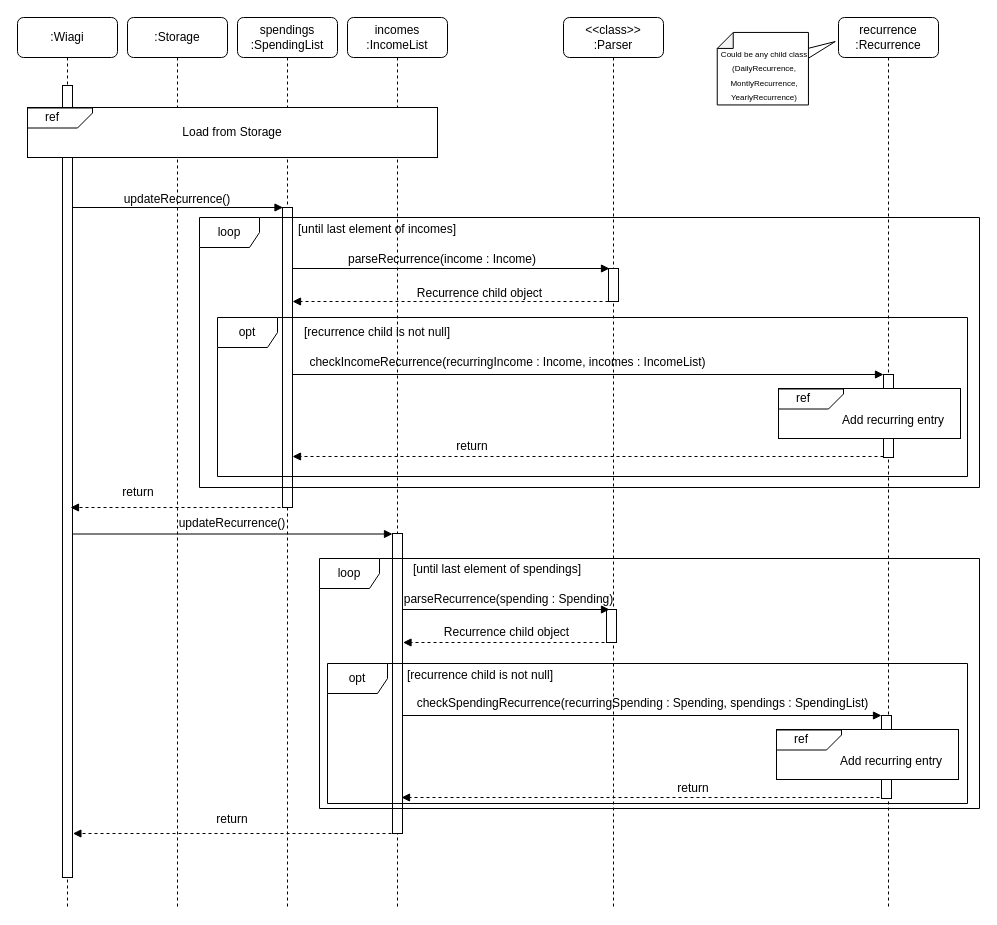
This is docs/Diagrams/recurrenceSequenceDiagram.drawio from wongwh2002/CS2113TeamProject, a draw.io file, before an edit. Source tidied: cells renumbered, new cells numbered last; positions are measured from the earlier drawing's top-left corner, leaving out a move shared by most shapes. Both pictures are drawn from the tidied source at 100%, with x=0, y=0 at pixel (17, 13).
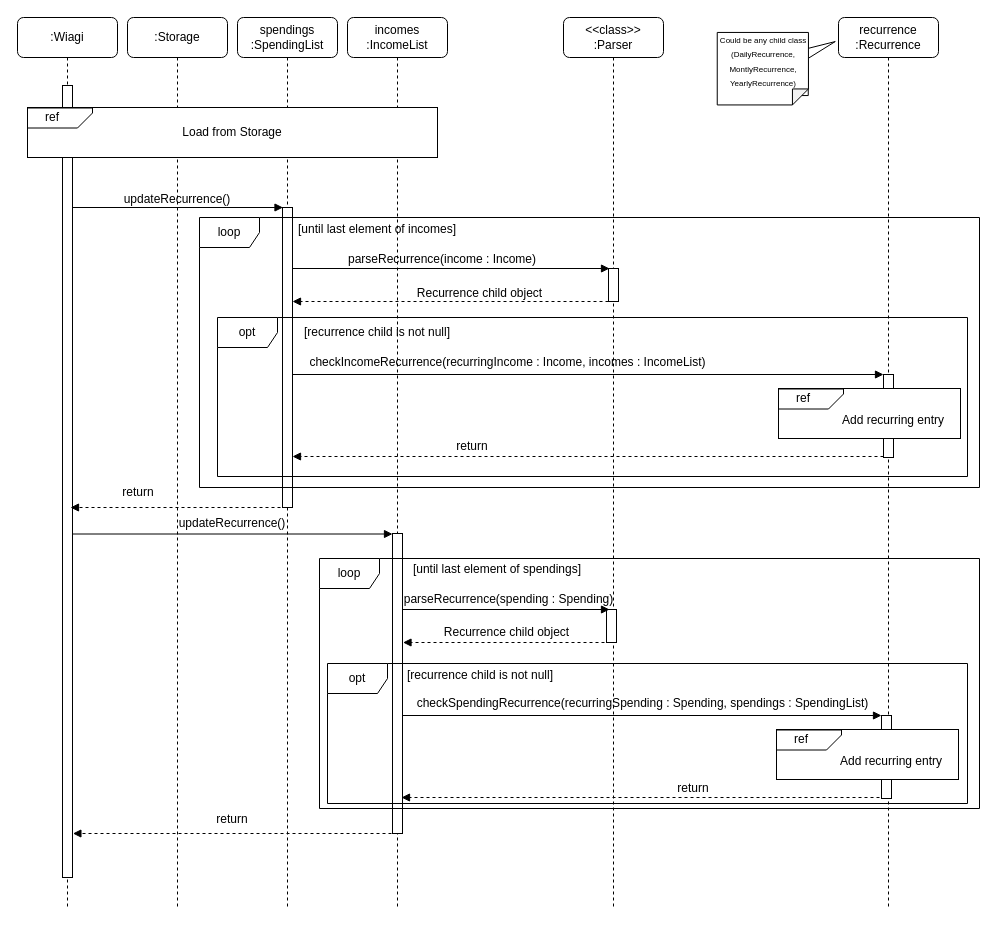
The same page after the edit.

Commit message (it also covers changes not shown here):
Correct diagrams for recurrence

The edit, as a diff of the source:
```diff
@@
-    <mxCell id="17" style="shape=note;whiteSpace=wrap;html=1;backgroundOutline=1;darkOpacity=0.05;rotation=-90;size=16;" parent="1" vertex="1">
+    <mxCell id="17" style="shape=note;whiteSpace=wrap;html=1;backgroundOutline=1;darkOpacity=0.05;rotation=-90;size=16;flipV=1;flipH=1;" parent="1" vertex="1">
       <mxGeometry x="709.1" y="9.6" width="72.5" height="91.2" as="geometry" />
     </mxCell>
     <mxCell id="18" value="&lt;font style=&quot;font-size: 8px;&quot;&gt;Could be any child class (DailyRecurrence, MontlyRecurrence, YearlyRecurrence)&lt;/font&gt;" style="text;html=1;align=center;verticalAlign=middle;whiteSpace=wrap;rounded=0;" parent="1" vertex="1">
-      <mxGeometry x="694.4" y="46" width="105.6" height="30" as="geometry" />
+      <mxGeometry x="693.4" y="32" width="105.6" height="30" as="geometry" />
     </mxCell>
```
